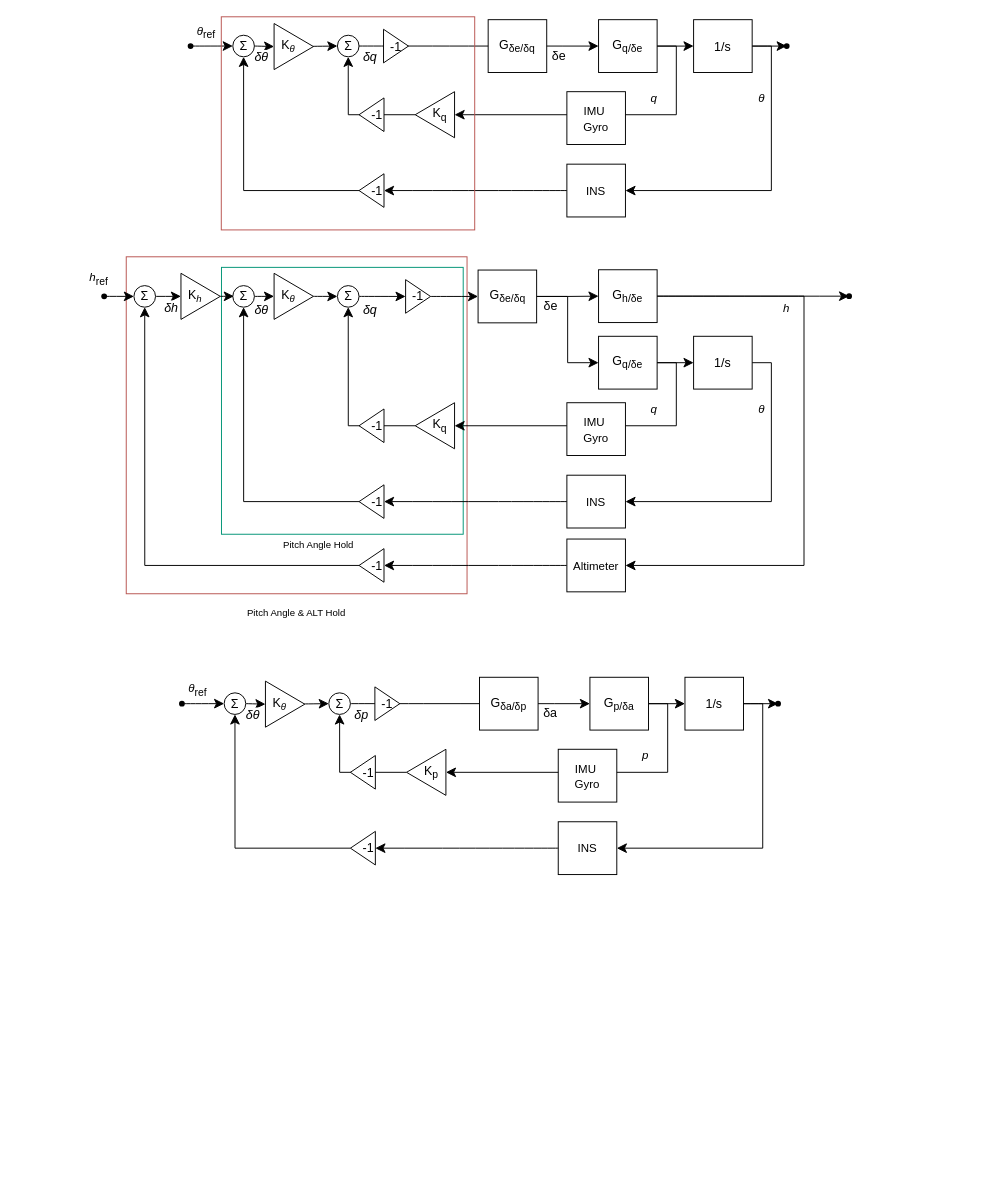
Before: page "AFCS" (3 of 3) of 제목 없는 다이어그램.drawio in ghmoon90/windev, a draw.io diagram. Source tidied: cells renumbered, new cells numbered last; positions are measured from the earlier drawing's top-left corner, leaving out a move shared by most shapes. Both pictures are drawn from the tidied source at 96%, with x=0, y=0 at pixel (87, 16).
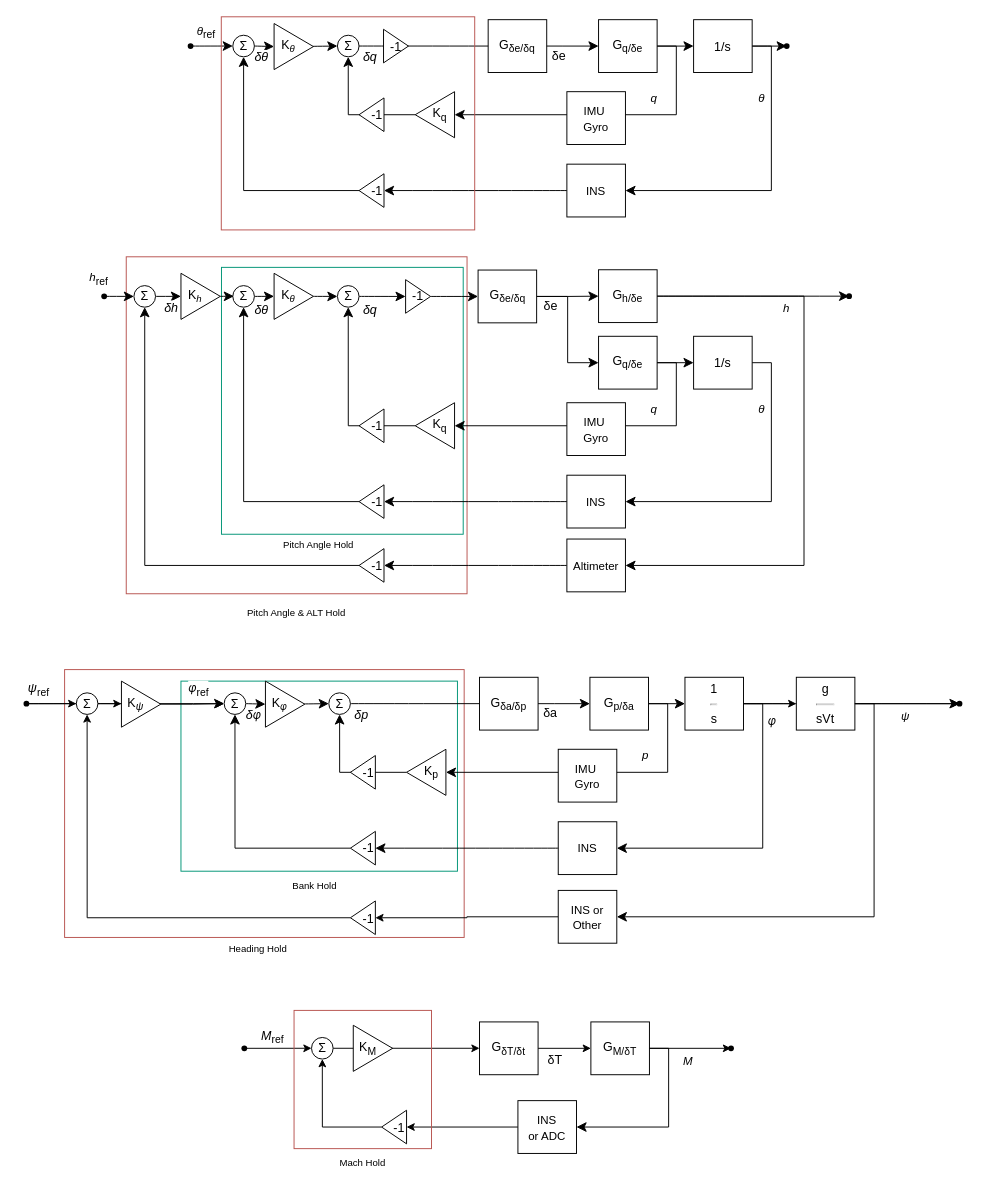
The same diagram, later.

Commit message (it also covers changes not shown here):
제목 없는 다이어그램.drawio 업데이트

The change refers to these unchanged cells:
```xml
<mxCell id="104" value="Σ" style="ellipse;whiteSpace=wrap;html=1;fontSize=13;" parent="1" vertex="1">
  <mxGeometry x="142" y="704.2" width="22.5" height="22.5" as="geometry" />
</mxCell>
```

The edit, as a diff of the source:
```diff
@@
+    <mxCell id="120" style="rounded=0;whiteSpace=wrap;html=1;fillColor=none;strokeColor=#b85450;fontSize=13;" parent="1" vertex="1">
+      <mxGeometry x="-24.2" y="680" width="416.2" height="279" as="geometry" />
+    </mxCell>
+    <mxCell id="121" style="rounded=0;whiteSpace=wrap;html=1;fillColor=none;strokeColor=#019476;fontSize=13;" parent="1" vertex="1">
+      <mxGeometry x="97" y="692" width="288" height="198" as="geometry" />
+    </mxCell>
@@
-    <mxCell id="100" value="&lt;span style=&quot;color: rgb(0, 0, 0); font-family: Helvetica; font-style: normal; font-variant-ligatures: normal; font-variant-caps: normal; font-weight: 400; letter-spacing: normal; orphans: 2; text-align: center; text-indent: 0px; text-transform: none; widows: 2; word-spacing: 0px; -webkit-text-stroke-width: 0px; white-space: normal; background-color: rgb(255, 255, 255); text-decoration-thickness: initial; text-decoration-style: initial; text-decoration-color: initial; float: none; display: inline !important;&quot;&gt;&lt;span style=&quot;font-size: 12px; font-style: italic;&quot;&gt;θ&lt;/span&gt;&lt;sub&gt;ref&lt;/sub&gt;&lt;/span&gt;" style="text;whiteSpace=wrap;html=1;fontSize=13;" parent="1" vertex="1">
-      <mxGeometry x="103" y="685" width="39" height="36" as="geometry" />
+    <mxCell id="100" value="&lt;span style=&quot;color: rgb(0, 0, 0); font-family: Helvetica; font-style: normal; font-variant-ligatures: normal; font-variant-caps: normal; font-weight: 400; letter-spacing: normal; orphans: 2; text-align: center; text-indent: 0px; text-transform: none; widows: 2; word-spacing: 0px; -webkit-text-stroke-width: 0px; white-space: normal; background-color: rgb(255, 255, 255); text-decoration-thickness: initial; text-decoration-style: initial; text-decoration-color: initial; float: none; display: inline !important;&quot;&gt;&lt;a style=&quot;font-size: 12px; font-style: italic; box-sizing: border-box; text-decoration-line: none; transition: color 0.05s ease-in; font-family: &amp;quot;Pretendard JP&amp;quot;, Pretendard, -apple-system, BlinkMacSystemFont, &amp;quot;Apple SD Gothic Neo&amp;quot;, &amp;quot;Noto Sans KR&amp;quot;, &amp;quot;Noto Sans CJK KR&amp;quot;, NanumBarunGothic, Roboto, &amp;quot;Segoe UI&amp;quot;, &amp;quot;Malgun Gothic&amp;quot;, &amp;quot;Apple Color Emoji&amp;quot;, &amp;quot;Segoe UI Emoji&amp;quot;, &amp;quot;Segoe UI Symbol&amp;quot;, sans-serif, emoji;&quot; data-v-c7b64a5b=&quot;&quot; title=&quot;Φ&quot; href=&quot;https://namu.wiki/w/%CE%A6&quot; class=&quot;_5oaDhEka&quot;&gt;&lt;font style=&quot;color: rgb(0, 0, 0);&quot;&gt;φ&lt;/font&gt;&lt;/a&gt;&lt;sub&gt;ref&lt;/sub&gt;&lt;/span&gt;" style="text;whiteSpace=wrap;html=1;fontSize=13;" parent="1" vertex="1">
+      <mxGeometry x="103" y="685" width="39" height="13" as="geometry" />
     </mxCell>
@@
-    <mxCell id="103" value="-1" style="triangle;whiteSpace=wrap;html=1;direction=east;fontSize=13;" parent="1" vertex="1">
-      <mxGeometry x="299" y="698" width="26" height="35" as="geometry" />
-    </mxCell>
@@
+    <mxCell id="122" style="edgeStyle=orthogonalEdgeStyle;rounded=0;jettySize=auto;html=1;exitX=1;exitY=0.5;exitDx=0;exitDy=0;entryX=0;entryY=0.5;entryDx=0;entryDy=0;" parent="1" edge="1" source="108" target="127">
+      <mxGeometry relative="1" as="geometry" />
+    </mxCell>
-    <mxCell id="108" value="1/s" style="rounded=0;whiteSpace=wrap;html=1;fontSize=13;" parent="1" vertex="1">
+    <mxCell id="108" value="1&lt;hr&gt;&lt;div&gt;s&lt;/div&gt;" style="rounded=0;whiteSpace=wrap;html=1;fontSize=13;" parent="1" vertex="1">
       <mxGeometry x="622" y="688" width="61" height="55" as="geometry" />
     </mxCell>
     <mxCell id="109" style="shape=waypoint;sketch=0;size=6;points=[];fillColor=default;perimeter=centerPerimeter;snapToPoint=1;fontSize=13;rounded=0;" parent="1" vertex="1">
-      <mxGeometry x="709" y="705.5" width="20" height="20" as="geometry" />
+      <mxGeometry x="898" y="705.5" width="20" height="20" as="geometry" />
     </mxCell>
@@
-    <mxCell id="116" value="K&lt;span style=&quot;font-size: 12px; font-style: italic;&quot;&gt;&lt;sub&gt;θ&amp;nbsp; &amp;nbsp;&amp;nbsp;&lt;/sub&gt;&lt;/span&gt;" style="triangle;whiteSpace=wrap;html=1;direction=east;fontSize=13;" parent="1" vertex="1">
+    <mxCell id="116" value="K&lt;a style=&quot;font-size: 12px; font-style: italic; box-sizing: border-box; text-decoration-line: none; transition: color 0.05s ease-in; font-family: &amp;quot;Pretendard JP&amp;quot;, Pretendard, -apple-system, BlinkMacSystemFont, &amp;quot;Apple SD Gothic Neo&amp;quot;, &amp;quot;Noto Sans KR&amp;quot;, &amp;quot;Noto Sans CJK KR&amp;quot;, NanumBarunGothic, Roboto, &amp;quot;Segoe UI&amp;quot;, &amp;quot;Malgun Gothic&amp;quot;, &amp;quot;Apple Color Emoji&amp;quot;, &amp;quot;Segoe UI Emoji&amp;quot;, &amp;quot;Segoe UI Symbol&amp;quot;, sans-serif, emoji;&quot; data-v-c7b64a5b=&quot;&quot; title=&quot;Φ&quot; href=&quot;https://namu.wiki/w/%CE%A6&quot; class=&quot;_5oaDhEka&quot;&gt;&lt;font style=&quot;color: rgb(0, 0, 0);&quot;&gt;&lt;sub&gt;φ&lt;/sub&gt;&lt;/font&gt;&lt;/a&gt;&lt;span style=&quot;font-size: 12px; font-style: italic;&quot;&gt;&lt;sub&gt;&amp;nbsp; &amp;nbsp;&amp;nbsp;&lt;/sub&gt;&lt;/span&gt;" style="triangle;whiteSpace=wrap;html=1;direction=east;fontSize=13;" parent="1" vertex="1">
       <mxGeometry x="185" y="692" width="41" height="48" as="geometry" />
     </mxCell>
@@
+    <mxCell id="123" style="edgeStyle=orthogonalEdgeStyle;rounded=0;jettySize=auto;html=1;entryX=0;entryY=0.5;entryDx=0;entryDy=0;" parent="1" edge="1" source="118" target="134">
+      <mxGeometry relative="1" as="geometry" />
+    </mxCell>
     <mxCell id="118" style="shape=waypoint;sketch=0;size=6;points=[];fillColor=default;perimeter=centerPerimeter;snapToPoint=1;fontSize=13;rounded=0;" parent="1" vertex="1">
-      <mxGeometry x="88" y="705.5" width="20" height="20" as="geometry" />
+      <mxGeometry x="-74" y="705.5" width="20" height="20" as="geometry" />
     </mxCell>
-    <mxCell id="119" value="&lt;span style=&quot;color: rgb(0, 0, 0); font-family: Helvetica; font-variant-ligatures: normal; font-variant-caps: normal; font-weight: 400; letter-spacing: normal; orphans: 2; text-align: center; text-indent: 0px; text-transform: none; widows: 2; word-spacing: 0px; -webkit-text-stroke-width: 0px; white-space: normal; background-color: rgb(255, 255, 255); text-decoration-thickness: initial; text-decoration-style: initial; text-decoration-color: initial; float: none; display: inline !important;&quot;&gt;&lt;i&gt;δθ&lt;/i&gt;&lt;/span&gt;" style="text;whiteSpace=wrap;html=1;fontSize=13;" parent="1" vertex="1">
+    <mxCell id="119" value="&lt;span style=&quot;color: rgb(0, 0, 0); font-family: Helvetica; font-variant-ligatures: normal; font-variant-caps: normal; font-weight: 400; letter-spacing: normal; orphans: 2; text-align: center; text-indent: 0px; text-transform: none; widows: 2; word-spacing: 0px; -webkit-text-stroke-width: 0px; white-space: normal; background-color: rgb(255, 255, 255); text-decoration-thickness: initial; text-decoration-style: initial; text-decoration-color: initial; float: none; display: inline !important;&quot;&gt;&lt;i&gt;δ&lt;/i&gt;&lt;/span&gt;&lt;a style=&quot;font-size: 12px; font-style: italic; text-align: center; box-sizing: border-box; text-decoration-line: none; transition: color 0.05s ease-in; font-family: &amp;quot;Pretendard JP&amp;quot;, Pretendard, -apple-system, BlinkMacSystemFont, &amp;quot;Apple SD Gothic Neo&amp;quot;, &amp;quot;Noto Sans KR&amp;quot;, &amp;quot;Noto Sans CJK KR&amp;quot;, NanumBarunGothic, Roboto, &amp;quot;Segoe UI&amp;quot;, &amp;quot;Malgun Gothic&amp;quot;, &amp;quot;Apple Color Emoji&amp;quot;, &amp;quot;Segoe UI Emoji&amp;quot;, &amp;quot;Segoe UI Symbol&amp;quot;, sans-serif, emoji;&quot; data-v-c7b64a5b=&quot;&quot; title=&quot;Φ&quot; href=&quot;https://namu.wiki/w/%CE%A6&quot; class=&quot;_5oaDhEka&quot;&gt;&lt;font style=&quot;color: rgb(0, 0, 0);&quot;&gt;φ&lt;/font&gt;&lt;/a&gt;" style="text;whiteSpace=wrap;html=1;fontSize=13;" parent="1" vertex="1">
       <mxGeometry x="163" y="713" width="39" height="36" as="geometry" />
     </mxCell>
+    <mxCell id="124" value="&lt;a style=&quot;box-sizing: border-box; text-decoration-line: none; transition: color 0.05s ease-in; font-family: &amp;quot;Pretendard JP&amp;quot;, Pretendard, -apple-system, BlinkMacSystemFont, &amp;quot;Apple SD Gothic Neo&amp;quot;, &amp;quot;Noto Sans KR&amp;quot;, &amp;quot;Noto Sans CJK KR&amp;quot;, NanumBarunGothic, Roboto, &amp;quot;Segoe UI&amp;quot;, &amp;quot;Malgun Gothic&amp;quot;, &amp;quot;Apple Color Emoji&amp;quot;, &amp;quot;Segoe UI Emoji&amp;quot;, &amp;quot;Segoe UI Symbol&amp;quot;, sans-serif, emoji;&quot; data-v-c7b64a5b=&quot;&quot; title=&quot;Φ&quot; href=&quot;https://namu.wiki/w/%CE%A6&quot; class=&quot;_5oaDhEka&quot;&gt;&lt;font style=&quot;color: rgb(0, 0, 0);&quot;&gt;φ&lt;/font&gt;&lt;/a&gt;" style="text;strokeColor=none;fillColor=none;html=1;align=center;verticalAlign=middle;whiteSpace=wrap;rounded=0;fontSize=12;fontStyle=2;" parent="1" vertex="1">
+      <mxGeometry x="683" y="719" width="60" height="30" as="geometry" />
+    </mxCell>
+    <mxCell id="125" style="edgeStyle=orthogonalEdgeStyle;rounded=0;jettySize=auto;html=1;exitX=0;exitY=0.5;exitDx=0;exitDy=0;entryX=0;entryY=0.5;entryDx=0;entryDy=0;" parent="1" edge="1" source="126" target="136">
+      <mxGeometry relative="1" as="geometry" />
+    </mxCell>
+    <mxCell id="126" value="&lt;span style=&quot;font-size: 12px;&quot;&gt;INS or Other&lt;/span&gt;" style="rounded=0;whiteSpace=wrap;html=1;fontSize=13;" parent="1" vertex="1">
+      <mxGeometry x="490" y="910" width="61" height="55" as="geometry" />
+    </mxCell>
+    <mxCell id="127" value="g&lt;br&gt;&lt;hr&gt;&lt;div&gt;sVt&lt;/div&gt;" style="rounded=0;whiteSpace=wrap;html=1;fontSize=13;" parent="1" vertex="1">
+      <mxGeometry x="738" y="688" width="61" height="55" as="geometry" />
+    </mxCell>
+    <mxCell id="128" style="edgeStyle=orthogonalEdgeStyle;rounded=0;jettySize=auto;html=1;exitX=1;exitY=0.5;exitDx=0;exitDy=0;entryX=0.214;entryY=0.446;entryDx=0;entryDy=0;entryPerimeter=0;" parent="1" edge="1" source="127" target="109">
+      <mxGeometry relative="1" as="geometry" />
+    </mxCell>
+    <mxCell id="129" value="ψ" style="text;strokeColor=none;fillColor=none;html=1;align=center;verticalAlign=middle;whiteSpace=wrap;rounded=0;fontSize=12;fontStyle=2;" parent="1" vertex="1">
+      <mxGeometry x="840" y="721" width="24" height="15" as="geometry" />
+    </mxCell>
+    <mxCell id="130" style="edgeStyle=orthogonalEdgeStyle;rounded=0;jettySize=auto;html=1;exitX=1;exitY=0.5;exitDx=0;exitDy=0;fontSize=13;startSize=8;endSize=8;entryX=1;entryY=0.5;entryDx=0;entryDy=0;" parent="1" edge="1" source="127" target="126">
+      <mxGeometry relative="1" as="geometry" />
+    </mxCell>
+    <mxCell id="131" style="edgeStyle=orthogonalEdgeStyle;rounded=0;jettySize=auto;html=1;entryX=0;entryY=0.5;entryDx=0;entryDy=0;" parent="1" edge="1" source="132" target="104">
+      <mxGeometry relative="1" as="geometry" />
+    </mxCell>
+    <mxCell id="132" value="K&lt;i&gt;&lt;sub&gt;ψ&lt;/sub&gt;&lt;/i&gt;&lt;span style=&quot;font-size: 12px; font-style: italic;&quot;&gt;&lt;sub&gt;&amp;nbsp; &amp;nbsp;&amp;nbsp;&lt;/sub&gt;&lt;/span&gt;" style="triangle;whiteSpace=wrap;html=1;direction=east;fontSize=13;" parent="1" vertex="1">
+      <mxGeometry x="35" y="692" width="41" height="48" as="geometry" />
+    </mxCell>
+    <mxCell id="133" style="edgeStyle=orthogonalEdgeStyle;rounded=0;jettySize=auto;html=1;exitX=1;exitY=0.5;exitDx=0;exitDy=0;entryX=0;entryY=0.5;entryDx=0;entryDy=0;" parent="1" edge="1" source="134" target="132">
+      <mxGeometry relative="1" as="geometry" />
+    </mxCell>
+    <mxCell id="134" value="Σ" style="ellipse;whiteSpace=wrap;html=1;fontSize=13;" parent="1" vertex="1">
+      <mxGeometry x="-12" y="704.2" width="22.5" height="22.5" as="geometry" />
+    </mxCell>
+    <mxCell id="135" style="edgeStyle=orthogonalEdgeStyle;rounded=0;jettySize=auto;html=1;exitX=1;exitY=0.5;exitDx=0;exitDy=0;entryX=0.5;entryY=1;entryDx=0;entryDy=0;" parent="1" edge="1" source="136" target="134">
+      <mxGeometry relative="1" as="geometry" />
+    </mxCell>
+    <mxCell id="136" value="&amp;nbsp; &amp;nbsp;-1" style="triangle;whiteSpace=wrap;html=1;direction=west;fontSize=13;" parent="1" vertex="1">
+      <mxGeometry x="273.5" y="921" width="26" height="35" as="geometry" />
+    </mxCell>
+    <mxCell id="137" value="&lt;span style=&quot;color: rgb(0, 0, 0); font-family: Helvetica; font-variant-ligatures: normal; font-variant-caps: normal; font-weight: 400; letter-spacing: normal; orphans: 2; text-align: center; text-indent: 0px; text-transform: none; widows: 2; word-spacing: 0px; -webkit-text-stroke-width: 0px; white-space: normal; background-color: rgb(255, 255, 255); text-decoration-thickness: initial; text-decoration-style: initial; text-decoration-color: initial; float: none; display: inline !important;&quot;&gt;&lt;i&gt;ψ&lt;/i&gt;&lt;sub style=&quot;font-style: normal;&quot;&gt;ref&lt;/sub&gt;&lt;/span&gt;" style="text;whiteSpace=wrap;html=1;fontSize=13;" parent="1" vertex="1">
+      <mxGeometry x="-64" y="685" width="39" height="13" as="geometry" />
+    </mxCell>
+    <mxCell id="138" value="Heading Hold" style="text;strokeColor=none;fillColor=none;html=1;align=center;verticalAlign=middle;whiteSpace=wrap;rounded=0;fontSize=10;" parent="1" vertex="1">
+      <mxGeometry x="103" y="956" width="149" height="30" as="geometry" />
+    </mxCell>
+    <mxCell id="139" value="Bank Hold" style="text;strokeColor=none;fillColor=none;html=1;align=center;verticalAlign=middle;whiteSpace=wrap;rounded=0;fontSize=10;" parent="1" vertex="1">
+      <mxGeometry x="194" y="890" width="85" height="30" as="geometry" />
+    </mxCell>
+    <mxCell id="140" style="edgeStyle=orthogonalEdgeStyle;rounded=0;jettySize=auto;html=1;exitX=1;exitY=0.5;exitDx=0;exitDy=0;entryX=0;entryY=0.5;entryDx=0;entryDy=0;" parent="1" edge="1" source="141" target="142">
+      <mxGeometry relative="1" as="geometry" />
+    </mxCell>
+    <mxCell id="141" value="G&lt;sub&gt;&lt;span&gt;δT/δt&lt;/span&gt;&lt;/sub&gt;" style="rounded=0;whiteSpace=wrap;html=1;fontSize=13;" parent="1" vertex="1">
+      <mxGeometry x="408" y="1047" width="61" height="55" as="geometry" />
+    </mxCell>
+    <mxCell id="142" value="G&lt;sub&gt;M&lt;span&gt;/δT&lt;/span&gt;&lt;/sub&gt;" style="rounded=0;whiteSpace=wrap;html=1;fontSize=13;" parent="1" vertex="1">
+      <mxGeometry x="524" y="1047" width="61" height="55" as="geometry" />
+    </mxCell>
+    <mxCell id="143" style="shape=waypoint;sketch=0;size=6;points=[];fillColor=default;perimeter=centerPerimeter;snapToPoint=1;fontSize=13;rounded=0;" parent="1" vertex="1">
+      <mxGeometry x="660" y="1064.5" width="20" height="20" as="geometry" />
+    </mxCell>
+    <mxCell id="144" style="edgeStyle=orthogonalEdgeStyle;rounded=0;jettySize=auto;html=1;exitX=1;exitY=0.5;exitDx=0;exitDy=0;entryX=0.15;entryY=0.525;entryDx=0;entryDy=0;entryPerimeter=0;" parent="1" edge="1" source="142" target="143">
+      <mxGeometry relative="1" as="geometry" />
+    </mxCell>
+    <mxCell id="145" style="edgeStyle=orthogonalEdgeStyle;rounded=0;jettySize=auto;html=1;entryX=1;entryY=0.5;entryDx=0;entryDy=0;fontSize=13;startSize=8;endSize=8;exitX=1;exitY=0.5;exitDx=0;exitDy=0;" parent="1" edge="1" source="142" target="149">
+      <mxGeometry relative="1" as="geometry" />
+    </mxCell>
+    <mxCell id="146" value="M" style="text;strokeColor=none;fillColor=none;html=1;align=center;verticalAlign=middle;whiteSpace=wrap;rounded=0;fontSize=12;fontStyle=2;" parent="1" vertex="1">
+      <mxGeometry x="611" y="1076" width="29" height="23" as="geometry" />
+    </mxCell>
+    <mxCell id="147" style="edgeStyle=orthogonalEdgeStyle;rounded=0;jettySize=auto;html=1;exitX=1;exitY=0.5;exitDx=0;exitDy=0;" parent="1" edge="1" source="157" target="152">
+      <mxGeometry relative="1" as="geometry" />
+    </mxCell>
+    <mxCell id="148" style="edgeStyle=orthogonalEdgeStyle;rounded=0;jettySize=auto;html=1;" parent="1" edge="1" source="149" target="157">
+      <mxGeometry relative="1" as="geometry" />
+    </mxCell>
+    <mxCell id="149" value="&lt;span style=&quot;font-size: 12px;&quot;&gt;INS&lt;/span&gt;&lt;div&gt;&lt;span style=&quot;font-size: 12px;&quot;&gt;or ADC&lt;/span&gt;&lt;/div&gt;" style="rounded=0;whiteSpace=wrap;html=1;fontSize=13;" parent="1" vertex="1">
+      <mxGeometry x="448" y="1129" width="61" height="55" as="geometry" />
+    </mxCell>
+    <mxCell id="150" value="&lt;span style=&quot;font-style: normal;&quot;&gt;δT&lt;/span&gt;" style="text;strokeColor=none;fillColor=none;html=1;align=center;verticalAlign=middle;whiteSpace=wrap;rounded=0;fontSize=13;fontStyle=2;" parent="1" vertex="1">
+      <mxGeometry x="476.5" y="1082" width="20" height="7.5" as="geometry" />
+    </mxCell>
+    <mxCell id="151" style="edgeStyle=orthogonalEdgeStyle;rounded=0;jettySize=auto;html=1;exitX=1;exitY=0.5;exitDx=0;exitDy=0;" parent="1" edge="1" source="152" target="141">
+      <mxGeometry relative="1" as="geometry" />
+    </mxCell>
+    <mxCell id="152" value="Σ" style="ellipse;whiteSpace=wrap;html=1;fontSize=13;" parent="1" vertex="1">
+      <mxGeometry x="233" y="1063.2" width="22.5" height="22.5" as="geometry" />
+    </mxCell>
+    <mxCell id="153" value="K&lt;sub&gt;M&lt;/sub&gt;&lt;span style=&quot;font-size: 12px; font-style: italic;&quot;&gt;&lt;sub&gt;&amp;nbsp; &amp;nbsp;&amp;nbsp;&lt;/sub&gt;&lt;/span&gt;" style="triangle;whiteSpace=wrap;html=1;direction=east;fontSize=13;" parent="1" vertex="1">
+      <mxGeometry x="276.5" y="1050.5" width="41" height="48" as="geometry" />
+    </mxCell>
+    <mxCell id="154" style="edgeStyle=orthogonalEdgeStyle;rounded=0;jettySize=auto;html=1;entryX=0;entryY=0.5;entryDx=0;entryDy=0;" parent="1" edge="1" source="155" target="152">
+      <mxGeometry relative="1" as="geometry" />
+    </mxCell>
+    <mxCell id="155" style="shape=waypoint;sketch=0;size=6;points=[];fillColor=default;perimeter=centerPerimeter;snapToPoint=1;fontSize=13;rounded=0;" parent="1" vertex="1">
+      <mxGeometry x="153" y="1064.5" width="20" height="20" as="geometry" />
+    </mxCell>
+    <mxCell id="156" value="&lt;span style=&quot;color: rgb(0, 0, 0); font-family: Helvetica; font-variant-ligatures: normal; font-variant-caps: normal; font-weight: 400; letter-spacing: normal; orphans: 2; text-align: center; text-indent: 0px; text-transform: none; widows: 2; word-spacing: 0px; -webkit-text-stroke-width: 0px; white-space: normal; background-color: rgb(255, 255, 255); text-decoration-thickness: initial; text-decoration-style: initial; text-decoration-color: initial; float: none; display: inline !important;&quot;&gt;&lt;i&gt;M&lt;/i&gt;&lt;sub style=&quot;font-style: normal;&quot;&gt;ref&lt;/sub&gt;&lt;/span&gt;" style="text;whiteSpace=wrap;html=1;fontSize=13;" parent="1" vertex="1">
+      <mxGeometry x="179" y="1047" width="39" height="13" as="geometry" />
+    </mxCell>
+    <mxCell id="157" value="&amp;nbsp; &amp;nbsp;-1" style="triangle;whiteSpace=wrap;html=1;direction=west;fontSize=13;" parent="1" vertex="1">
+      <mxGeometry x="306" y="1139" width="26" height="35" as="geometry" />
+    </mxCell>
+    <mxCell id="158" style="rounded=0;whiteSpace=wrap;html=1;fillColor=none;strokeColor=#b85450;fontSize=13;" parent="1" vertex="1">
+      <mxGeometry x="214.8" y="1035" width="143.2" height="144" as="geometry" />
+    </mxCell>
+    <mxCell id="159" value="Mach Hold" style="text;strokeColor=none;fillColor=none;html=1;align=center;verticalAlign=middle;whiteSpace=wrap;rounded=0;fontSize=10;" parent="1" vertex="1">
+      <mxGeometry x="214.8" y="1179" width="143.2" height="30" as="geometry" />
+    </mxCell>
```
